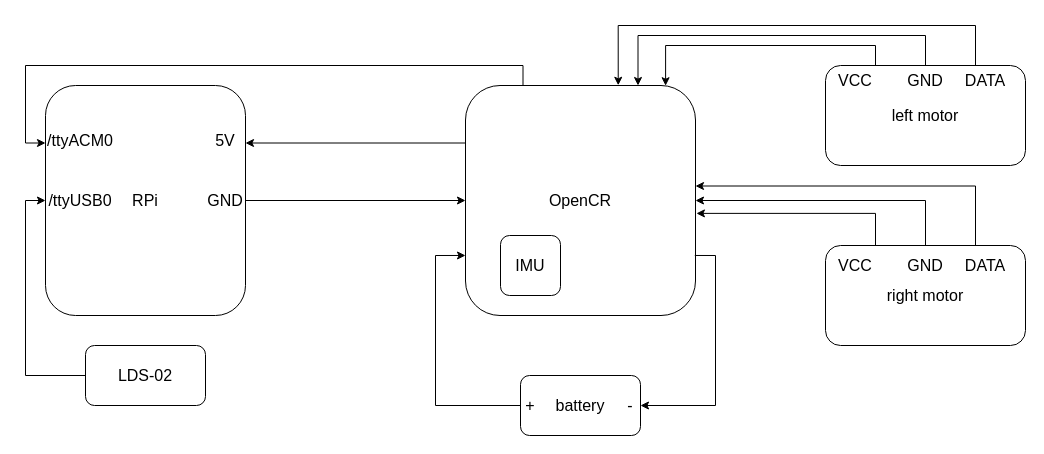
Above: turtlebot3.drawio in adands/eddiebot_ros2-backup (draw.io), before the change. Source tidied: cells renumbered, new cells numbered last; positions are measured from the earlier drawing's top-left corner, leaving out a move shared by most shapes. Both pictures are drawn from the tidied source at 100%, with x=0, y=0 at pixel (45, 25).
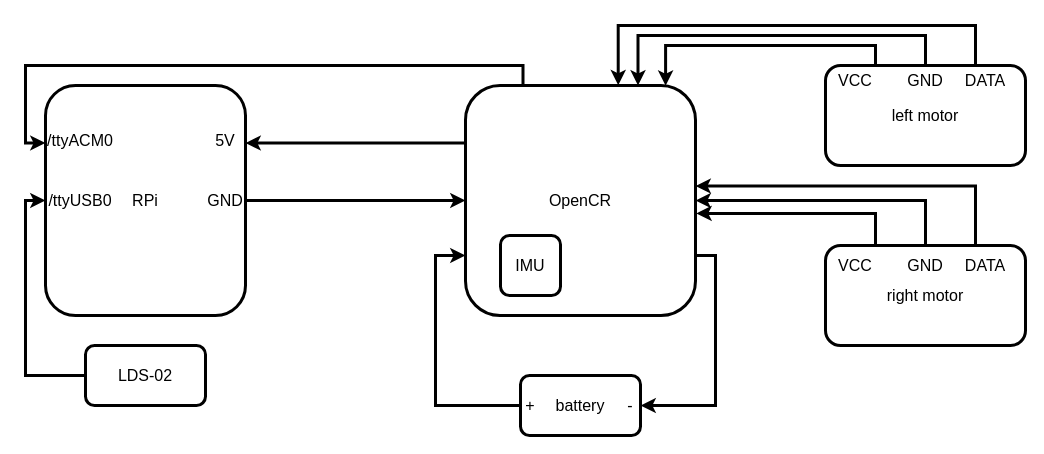
The same diagram, later.

Diff of the diagram source:
```diff
@@
-    <mxCell id="2" value="RPi" style="rounded=1;whiteSpace=wrap;html=1;fontSize=16;" parent="1" vertex="1">
+    <mxCell id="2" value="RPi" style="rounded=1;whiteSpace=wrap;html=1;fontSize=16;strokeWidth=3;" parent="1" vertex="1">
       <mxGeometry y="60" width="200" height="230" as="geometry" />
     </mxCell>
-    <mxCell id="3" style="edgeStyle=orthogonalEdgeStyle;rounded=0;jettySize=auto;html=1;exitX=0;exitY=0.5;exitDx=0;exitDy=0;entryX=1;entryY=0.5;entryDx=0;entryDy=0;startArrow=classic;startFill=1;endArrow=none;endFill=0;fontSize=16;" parent="1" edge="1" source="5" target="2">
+    <mxCell id="3" style="edgeStyle=orthogonalEdgeStyle;rounded=0;jettySize=auto;html=1;exitX=0;exitY=0.5;exitDx=0;exitDy=0;entryX=1;entryY=0.5;entryDx=0;entryDy=0;startArrow=classic;startFill=1;endArrow=none;endFill=0;fontSize=16;strokeWidth=3;" parent="1" edge="1" source="5" target="2">
       <mxGeometry relative="1" as="geometry" />
     </mxCell>
-    <mxCell id="4" style="edgeStyle=orthogonalEdgeStyle;rounded=0;jettySize=auto;html=1;exitX=0.25;exitY=0;exitDx=0;exitDy=0;entryX=0;entryY=0.25;entryDx=0;entryDy=0;" parent="1" edge="1" source="5" target="2">
+    <mxCell id="4" style="edgeStyle=orthogonalEdgeStyle;rounded=0;jettySize=auto;html=1;exitX=0.25;exitY=0;exitDx=0;exitDy=0;entryX=0;entryY=0.25;entryDx=0;entryDy=0;strokeWidth=3;" parent="1" edge="1" source="5" target="2">
       <mxGeometry relative="1" as="geometry" />
     </mxCell>
-    <mxCell id="5" value="OpenCR" style="rounded=1;whiteSpace=wrap;html=1;fontSize=16;" parent="1" vertex="1">
+    <mxCell id="5" value="OpenCR" style="rounded=1;whiteSpace=wrap;html=1;fontSize=16;strokeWidth=3;" parent="1" vertex="1">
       <mxGeometry x="420" y="60" width="230" height="230" as="geometry" />
     </mxCell>
-    <mxCell id="6" value="battery" style="rounded=1;whiteSpace=wrap;html=1;fontSize=16;" parent="1" vertex="1">
+    <mxCell id="6" value="battery" style="rounded=1;whiteSpace=wrap;html=1;fontSize=16;strokeWidth=3;" parent="1" vertex="1">
       <mxGeometry x="475" y="350" width="120" height="60" as="geometry" />
     </mxCell>
-    <mxCell id="7" style="endArrow=classic;html=1;rounded=0;entryX=0;entryY=0.739;entryDx=0;entryDy=0;exitX=0;exitY=0.5;exitDx=0;exitDy=0;entryPerimeter=0;fontSize=16;" parent="1" edge="1" source="6" target="5">
+    <mxCell id="7" style="endArrow=classic;html=1;rounded=0;entryX=0;entryY=0.739;entryDx=0;entryDy=0;exitX=0;exitY=0.5;exitDx=0;exitDy=0;entryPerimeter=0;fontSize=16;strokeWidth=3;" parent="1" edge="1" source="6" target="5">
       <mxGeometry relative="1" as="geometry">
         <Array as="points">
           <mxPoint x="390" y="380" />
           <mxPoint x="390" y="230" />
         </Array>
       </mxGeometry>
     </mxCell>
-    <mxCell id="8" style="edgeStyle=orthogonalEdgeStyle;rounded=0;jettySize=auto;html=1;exitX=1;exitY=0.5;exitDx=0;exitDy=0;entryX=0.997;entryY=0.739;entryDx=0;entryDy=0;entryPerimeter=0;endArrow=none;endFill=0;startArrow=classic;startFill=1;fontSize=16;" parent="1" edge="1" source="6" target="5">
+    <mxCell id="8" style="edgeStyle=orthogonalEdgeStyle;rounded=0;jettySize=auto;html=1;exitX=1;exitY=0.5;exitDx=0;exitDy=0;entryX=0.997;entryY=0.739;entryDx=0;entryDy=0;entryPerimeter=0;endArrow=none;endFill=0;startArrow=classic;startFill=1;fontSize=16;strokeWidth=3;" parent="1" edge="1" source="6" target="5">
       <mxGeometry relative="1" as="geometry">
         <Array as="points">
           <mxPoint x="670" y="380" />
           <mxPoint x="670" y="230" />
         </Array>
       </mxGeometry>
     </mxCell>
-    <mxCell id="9" value="+" style="text;html=1;align=center;verticalAlign=middle;whiteSpace=wrap;rounded=0;fontSize=16;" parent="1" vertex="1">
+    <mxCell id="9" value="+" style="text;html=1;align=center;verticalAlign=middle;whiteSpace=wrap;rounded=0;fontSize=16;strokeWidth=3;" parent="1" vertex="1">
       <mxGeometry x="475" y="365" width="20" height="30" as="geometry" />
     </mxCell>
-    <mxCell id="10" value="-" style="text;html=1;align=center;verticalAlign=middle;whiteSpace=wrap;rounded=0;fontSize=16;" parent="1" vertex="1">
+    <mxCell id="10" value="-" style="text;html=1;align=center;verticalAlign=middle;whiteSpace=wrap;rounded=0;fontSize=16;strokeWidth=3;" parent="1" vertex="1">
       <mxGeometry x="575" y="365" width="20" height="30" as="geometry" />
     </mxCell>
-    <mxCell id="11" style="endArrow=classic;html=1;rounded=0;entryX=1;entryY=0.25;entryDx=0;entryDy=0;exitX=0;exitY=0.25;exitDx=0;exitDy=0;fontSize=16;" parent="1" edge="1" source="5" target="2">
+    <mxCell id="11" style="endArrow=classic;html=1;rounded=0;entryX=1;entryY=0.25;entryDx=0;entryDy=0;exitX=0;exitY=0.25;exitDx=0;exitDy=0;fontSize=16;strokeWidth=3;" parent="1" edge="1" source="5" target="2">
       <mxGeometry relative="1" as="geometry" />
     </mxCell>
-    <mxCell id="12" value="5V" style="text;html=1;align=center;verticalAlign=middle;whiteSpace=wrap;rounded=0;fontSize=16;" parent="1" vertex="1">
+    <mxCell id="12" value="5V" style="text;html=1;align=center;verticalAlign=middle;whiteSpace=wrap;rounded=0;fontSize=16;strokeWidth=3;" parent="1" vertex="1">
       <mxGeometry x="160" y="100" width="40" height="30" as="geometry" />
     </mxCell>
-    <mxCell id="13" value="GND" style="text;html=1;align=center;verticalAlign=middle;whiteSpace=wrap;rounded=0;fontSize=16;" parent="1" vertex="1">
+    <mxCell id="13" value="GND" style="text;html=1;align=center;verticalAlign=middle;whiteSpace=wrap;rounded=0;fontSize=16;strokeWidth=3;" parent="1" vertex="1">
       <mxGeometry x="160" y="160" width="40" height="30" as="geometry" />
     </mxCell>
-    <mxCell id="14" style="edgeStyle=orthogonalEdgeStyle;rounded=0;jettySize=auto;html=1;exitX=0;exitY=0.5;exitDx=0;exitDy=0;entryX=0;entryY=0.5;entryDx=0;entryDy=0;" parent="1" edge="1" source="15" target="2">
+    <mxCell id="14" style="edgeStyle=orthogonalEdgeStyle;rounded=0;jettySize=auto;html=1;exitX=0;exitY=0.5;exitDx=0;exitDy=0;entryX=0;entryY=0.5;entryDx=0;entryDy=0;strokeWidth=3;" parent="1" edge="1" source="15" target="2">
       <mxGeometry relative="1" as="geometry" />
     </mxCell>
-    <mxCell id="15" value="LDS-02" style="rounded=1;whiteSpace=wrap;html=1;fontSize=16;" parent="1" vertex="1">
+    <mxCell id="15" value="LDS-02" style="rounded=1;whiteSpace=wrap;html=1;fontSize=16;strokeWidth=3;" parent="1" vertex="1">
       <mxGeometry x="40" y="320" width="120" height="60" as="geometry" />
     </mxCell>
-    <mxCell id="16" value="/ttyUSB0" style="text;html=1;align=center;verticalAlign=middle;whiteSpace=wrap;rounded=0;fontSize=16;" parent="1" vertex="1">
+    <mxCell id="16" value="/ttyUSB0" style="text;html=1;align=center;verticalAlign=middle;whiteSpace=wrap;rounded=0;fontSize=16;strokeWidth=3;" parent="1" vertex="1">
       <mxGeometry y="160" width="70" height="30" as="geometry" />
     </mxCell>
-    <mxCell id="17" value="/ttyACM0" style="text;html=1;align=center;verticalAlign=middle;whiteSpace=wrap;rounded=0;fontSize=16;" parent="1" vertex="1">
+    <mxCell id="17" value="/ttyACM0" style="text;html=1;align=center;verticalAlign=middle;whiteSpace=wrap;rounded=0;fontSize=16;strokeWidth=3;" parent="1" vertex="1">
       <mxGeometry y="100" width="70" height="30" as="geometry" />
     </mxCell>
-    <mxCell id="18" value="IMU" style="rounded=1;whiteSpace=wrap;html=1;fontSize=16;" parent="1" vertex="1">
+    <mxCell id="18" value="IMU" style="rounded=1;whiteSpace=wrap;html=1;fontSize=16;strokeWidth=3;" parent="1" vertex="1">
       <mxGeometry x="455" y="210" width="60" height="60" as="geometry" />
     </mxCell>
-    <mxCell id="19" style="edgeStyle=orthogonalEdgeStyle;rounded=0;jettySize=auto;html=1;exitX=0.25;exitY=0;exitDx=0;exitDy=0;entryX=0.87;entryY=0.001;entryDx=0;entryDy=0;entryPerimeter=0;" parent="1" edge="1" source="20" target="5">
+    <mxCell id="19" style="edgeStyle=orthogonalEdgeStyle;rounded=0;jettySize=auto;html=1;exitX=0.25;exitY=0;exitDx=0;exitDy=0;entryX=0.87;entryY=0.001;entryDx=0;entryDy=0;entryPerimeter=0;strokeWidth=3;" parent="1" edge="1" source="20" target="5">
       <mxGeometry relative="1" as="geometry">
         <Array as="points">
           <mxPoint x="830" y="20" />
           <mxPoint x="620" y="20" />
         </Array>
       </mxGeometry>
     </mxCell>
-    <mxCell id="20" value="left motor" style="rounded=1;whiteSpace=wrap;html=1;fontSize=16;" parent="1" vertex="1">
+    <mxCell id="20" value="left motor" style="rounded=1;whiteSpace=wrap;html=1;fontSize=16;strokeWidth=3;" parent="1" vertex="1">
       <mxGeometry x="780" y="40" width="200" height="100" as="geometry" />
     </mxCell>
-    <mxCell id="21" style="edgeStyle=orthogonalEdgeStyle;rounded=0;jettySize=auto;html=1;exitX=0.25;exitY=0;exitDx=0;exitDy=0;entryX=1.004;entryY=0.556;entryDx=0;entryDy=0;entryPerimeter=0;" parent="1" edge="1" source="22" target="5">
+    <mxCell id="21" style="edgeStyle=orthogonalEdgeStyle;rounded=0;jettySize=auto;html=1;exitX=0.25;exitY=0;exitDx=0;exitDy=0;entryX=1.004;entryY=0.556;entryDx=0;entryDy=0;entryPerimeter=0;strokeWidth=3;" parent="1" edge="1" source="22" target="5">
       <mxGeometry relative="1" as="geometry" />
     </mxCell>
-    <mxCell id="22" value="right motor" style="rounded=1;whiteSpace=wrap;html=1;fontSize=16;" parent="1" vertex="1">
+    <mxCell id="22" value="right motor" style="rounded=1;whiteSpace=wrap;html=1;fontSize=16;strokeWidth=3;" parent="1" vertex="1">
       <mxGeometry x="780" y="220" width="200" height="100" as="geometry" />
     </mxCell>
-    <mxCell id="23" style="edgeStyle=orthogonalEdgeStyle;rounded=0;jettySize=auto;html=1;exitX=0.5;exitY=0;exitDx=0;exitDy=0;entryX=0.75;entryY=0;entryDx=0;entryDy=0;" parent="1" edge="1" source="20" target="5">
+    <mxCell id="23" style="edgeStyle=orthogonalEdgeStyle;rounded=0;jettySize=auto;html=1;exitX=0.5;exitY=0;exitDx=0;exitDy=0;entryX=0.75;entryY=0;entryDx=0;entryDy=0;strokeWidth=3;" parent="1" edge="1" source="20" target="5">
       <mxGeometry relative="1" as="geometry">
         <Array as="points">
           <mxPoint x="880" y="10" />
           <mxPoint x="593" y="10" />
           <mxPoint x="593" y="60" />
         </Array>
       </mxGeometry>
     </mxCell>
-    <mxCell id="24" style="edgeStyle=orthogonalEdgeStyle;rounded=0;jettySize=auto;html=1;exitX=0.75;exitY=0;exitDx=0;exitDy=0;entryX=0.664;entryY=-0.001;entryDx=0;entryDy=0;entryPerimeter=0;" parent="1" edge="1" source="20" target="5">
+    <mxCell id="24" style="edgeStyle=orthogonalEdgeStyle;rounded=0;jettySize=auto;html=1;exitX=0.75;exitY=0;exitDx=0;exitDy=0;entryX=0.664;entryY=-0.001;entryDx=0;entryDy=0;entryPerimeter=0;strokeWidth=3;" parent="1" edge="1" source="20" target="5">
       <mxGeometry relative="1" as="geometry">
         <Array as="points">
           <mxPoint x="930" />
           <mxPoint x="573" />
         </Array>
       </mxGeometry>
     </mxCell>
-    <mxCell id="25" value="VCC" style="text;html=1;align=center;verticalAlign=middle;whiteSpace=wrap;rounded=0;fontSize=16;" parent="1" vertex="1">
+    <mxCell id="25" value="VCC" style="text;html=1;align=center;verticalAlign=middle;whiteSpace=wrap;rounded=0;fontSize=16;strokeWidth=3;" parent="1" vertex="1">
       <mxGeometry x="790" y="40" width="40" height="30" as="geometry" />
     </mxCell>
-    <mxCell id="26" value="GND" style="text;html=1;align=center;verticalAlign=middle;whiteSpace=wrap;rounded=0;fontSize=16;" parent="1" vertex="1">
+    <mxCell id="26" value="GND" style="text;html=1;align=center;verticalAlign=middle;whiteSpace=wrap;rounded=0;fontSize=16;strokeWidth=3;" parent="1" vertex="1">
       <mxGeometry x="860" y="225" width="40" height="30" as="geometry" />
     </mxCell>
-    <mxCell id="27" value="GND" style="text;html=1;align=center;verticalAlign=middle;whiteSpace=wrap;rounded=0;fontSize=16;" parent="1" vertex="1">
+    <mxCell id="27" value="GND" style="text;html=1;align=center;verticalAlign=middle;whiteSpace=wrap;rounded=0;fontSize=16;strokeWidth=3;" parent="1" vertex="1">
       <mxGeometry x="860" y="40" width="40" height="30" as="geometry" />
     </mxCell>
-    <mxCell id="28" value="DATA" style="text;html=1;align=center;verticalAlign=middle;whiteSpace=wrap;rounded=0;fontSize=16;" parent="1" vertex="1">
+    <mxCell id="28" value="DATA" style="text;html=1;align=center;verticalAlign=middle;whiteSpace=wrap;rounded=0;fontSize=16;strokeWidth=3;" parent="1" vertex="1">
       <mxGeometry x="920" y="40" width="40" height="30" as="geometry" />
     </mxCell>
-    <mxCell id="29" value="VCC" style="text;html=1;align=center;verticalAlign=middle;whiteSpace=wrap;rounded=0;fontSize=16;" parent="1" vertex="1">
+    <mxCell id="29" value="VCC" style="text;html=1;align=center;verticalAlign=middle;whiteSpace=wrap;rounded=0;fontSize=16;strokeWidth=3;" parent="1" vertex="1">
       <mxGeometry x="790" y="225" width="40" height="30" as="geometry" />
     </mxCell>
-    <mxCell id="30" value="DATA" style="text;html=1;align=center;verticalAlign=middle;whiteSpace=wrap;rounded=0;fontSize=16;" parent="1" vertex="1">
+    <mxCell id="30" value="DATA" style="text;html=1;align=center;verticalAlign=middle;whiteSpace=wrap;rounded=0;fontSize=16;strokeWidth=3;" parent="1" vertex="1">
       <mxGeometry x="920" y="225" width="40" height="30" as="geometry" />
     </mxCell>
-    <mxCell id="31" style="edgeStyle=orthogonalEdgeStyle;rounded=0;jettySize=auto;html=1;exitX=0.5;exitY=0;exitDx=0;exitDy=0;entryX=1;entryY=0.5;entryDx=0;entryDy=0;" parent="1" edge="1" source="22" target="5">
+    <mxCell id="31" style="edgeStyle=orthogonalEdgeStyle;rounded=0;jettySize=auto;html=1;exitX=0.5;exitY=0;exitDx=0;exitDy=0;entryX=1;entryY=0.5;entryDx=0;entryDy=0;strokeWidth=3;" parent="1" edge="1" source="22" target="5">
       <mxGeometry relative="1" as="geometry" />
     </mxCell>
-    <mxCell id="32" style="edgeStyle=orthogonalEdgeStyle;rounded=0;jettySize=auto;html=1;exitX=0.75;exitY=0;exitDx=0;exitDy=0;entryX=1;entryY=0.437;entryDx=0;entryDy=0;entryPerimeter=0;" parent="1" edge="1" source="22" target="5">
+    <mxCell id="32" style="edgeStyle=orthogonalEdgeStyle;rounded=0;jettySize=auto;html=1;exitX=0.75;exitY=0;exitDx=0;exitDy=0;entryX=1;entryY=0.437;entryDx=0;entryDy=0;entryPerimeter=0;strokeWidth=3;" parent="1" edge="1" source="22" target="5">
       <mxGeometry relative="1" as="geometry" />
     </mxCell>
```
